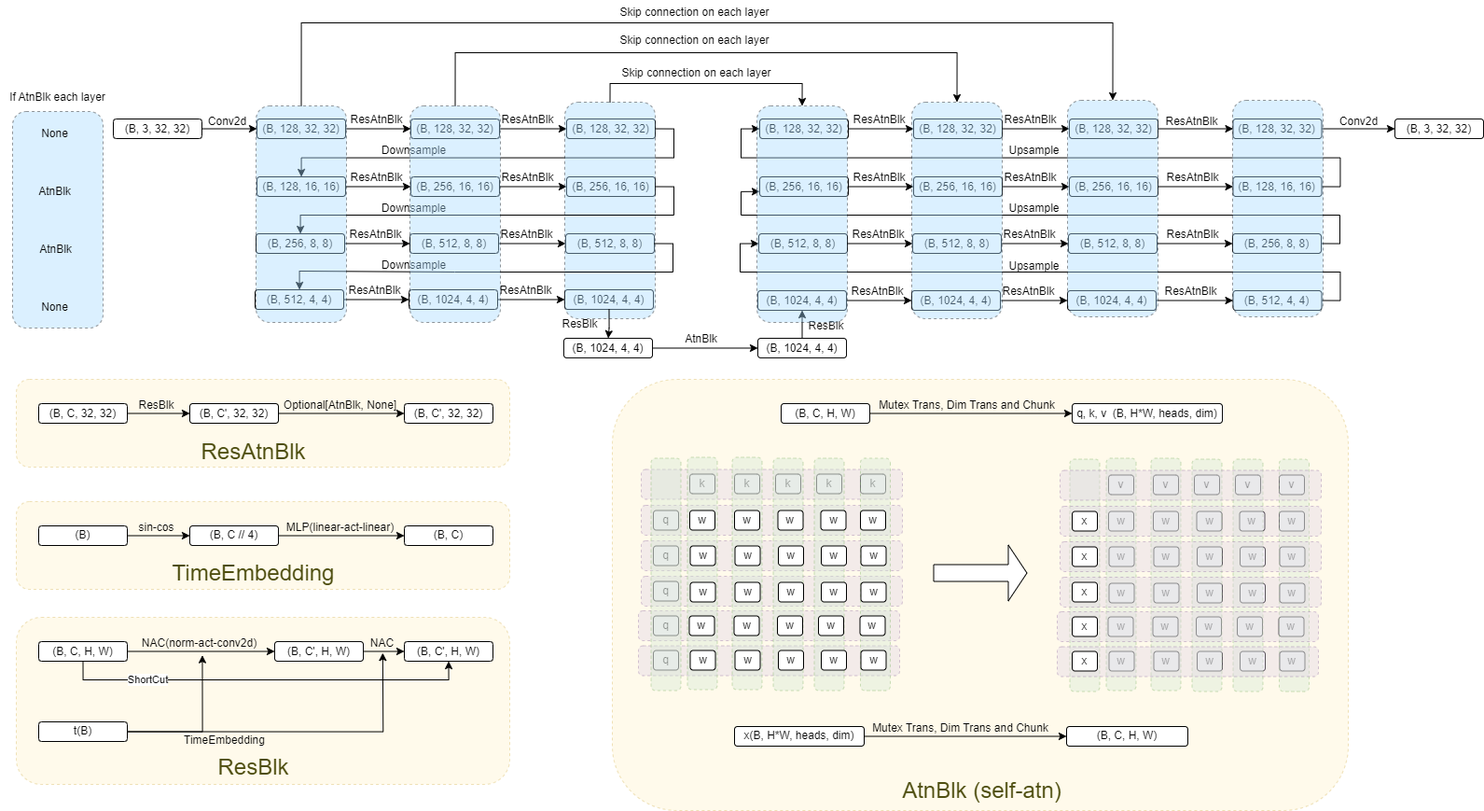
Before: evaluation/eps_model.drawio.png, a diagram exported from draw.io (AprilS6/ddpm_ddim_with_jittor_pytorch). Source tidied: cells renumbered, new cells last; positions are measured from the earlier drawing's top-left corner, leaving out a move shared by most shapes.
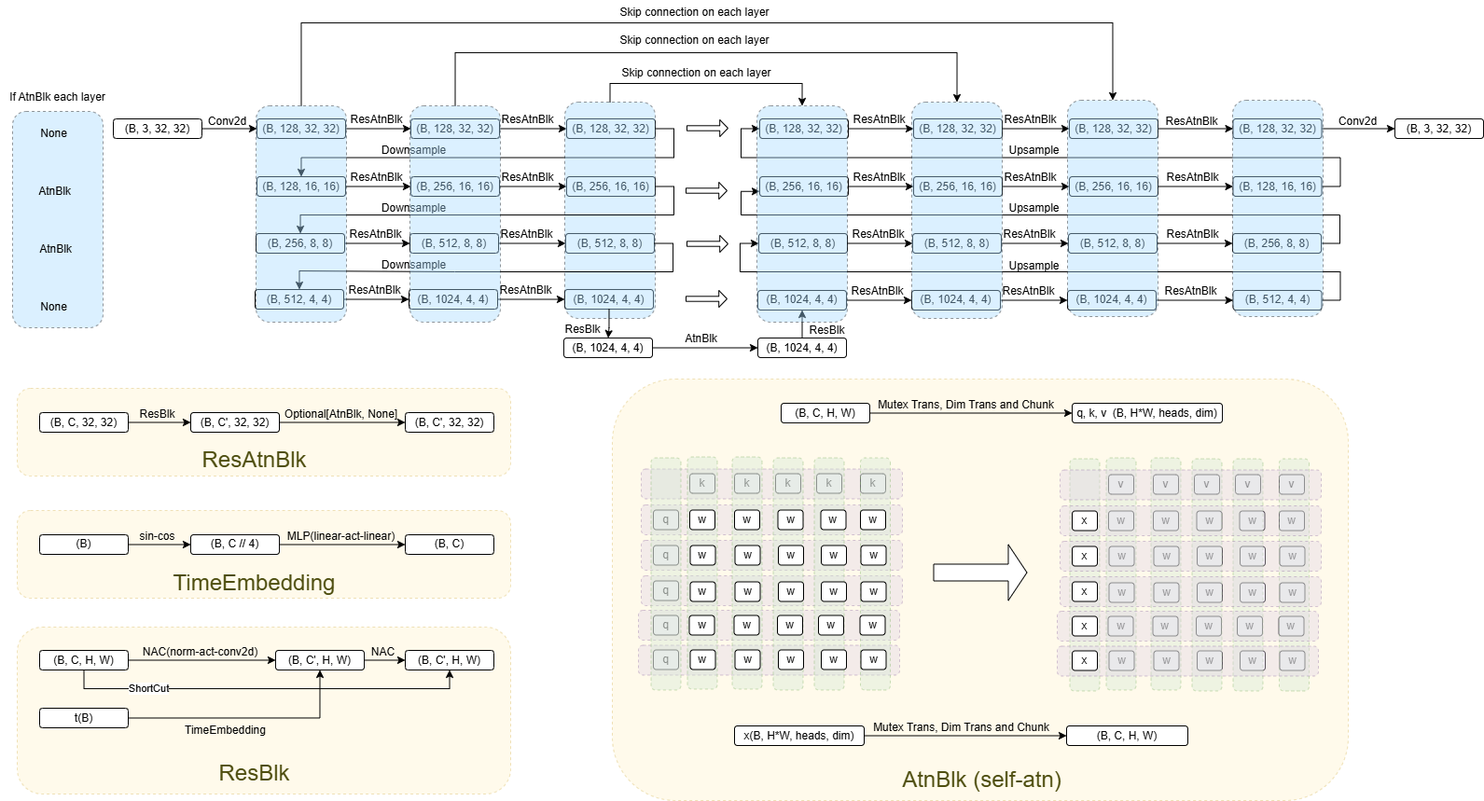
The same file after the commit.

Diff of the diagram source:
```diff
@@ -3,7 +3,7 @@
     <mxCell id="0" />
     <mxCell id="1" parent="0" />
     <mxCell id="2" style="rounded=1;whiteSpace=wrap;html=1;fillColor=#fff2cc;fillStyle=auto;strokeColor=#d6b656;dashed=1;opacity=40;" parent="1" vertex="1">
-      <mxGeometry x="656" y="406" width="789" height="462" as="geometry" />
+      <mxGeometry x="656" y="406" width="789" height="452" as="geometry" />
     </mxCell>
     <mxCell id="3" style="shape=singleArrow;whiteSpace=wrap;html=1;" parent="1" vertex="1">
       <mxGeometry x="1000.5" y="583.5" width="100" height="60" as="geometry" />
@@ -294,7 +294,7 @@
       <mxGeometry relative="1" as="geometry" />
     </mxCell>
     <mxCell id="99" value="ResBlk" style="text;html=1;align=center;verticalAlign=middle;strokeColor=none;fillColor=none;" parent="1" vertex="1">
-      <mxGeometry x="593" y="334" width="56" height="26" as="geometry" />
+      <mxGeometry x="596" y="340" width="56" height="26" as="geometry" />
     </mxCell>
     <mxCell id="100" style="edgeStyle=orthogonalEdgeStyle;rounded=0;jettySize=auto;html=1;exitX=1;exitY=0.5;exitDx=0;exitDy=0;" parent="1" edge="1" source="101" target="103">
       <mxGeometry relative="1" as="geometry" />
@@ -330,7 +330,7 @@
       <mxGeometry x="1072" y="272" width="72" height="26" as="geometry" />
     </mxCell>
     <mxCell id="111" value="ResBlk" style="text;html=1;align=center;verticalAlign=middle;strokeColor=none;fillColor=none;" parent="1" vertex="1">
-      <mxGeometry x="857" y="336" width="56" height="26" as="geometry" />
+      <mxGeometry x="858" y="341" width="56" height="26" as="geometry" />
     </mxCell>
     <mxCell id="112" value="Upsample" style="text;html=1;align=center;verticalAlign=middle;strokeColor=none;fillColor=none;" parent="1" vertex="1">
       <mxGeometry x="1072" y="210" width="72" height="26" as="geometry" />
@@ -427,34 +427,34 @@
       <mxGeometry x="657" y="65" width="178" height="26" as="geometry" />
     </mxCell>
     <mxCell id="140" style="rounded=1;whiteSpace=wrap;html=1;fillColor=#fff2cc;fillStyle=auto;strokeColor=#d6b656;dashed=1;opacity=40;" parent="1" vertex="1">
-      <mxGeometry x="17" y="406" width="529" height="94" as="geometry" />
+      <mxGeometry x="18" y="416" width="529" height="94" as="geometry" />
     </mxCell>
     <mxCell id="141" style="edgeStyle=orthogonalEdgeStyle;rounded=0;jettySize=auto;html=1;exitX=1;exitY=0.5;exitDx=0;exitDy=0;" parent="1" edge="1" source="142" target="144">
       <mxGeometry relative="1" as="geometry" />
     </mxCell>
     <mxCell id="142" value="(B, C, 32, 32)" style="rounded=1;whiteSpace=wrap;html=1;" parent="1" vertex="1">
-      <mxGeometry x="41" y="432" width="95" height="21" as="geometry" />
+      <mxGeometry x="42" y="442" width="95" height="21" as="geometry" />
     </mxCell>
     <mxCell id="143" style="edgeStyle=orthogonalEdgeStyle;rounded=0;jettySize=auto;html=1;exitX=1;exitY=0.5;exitDx=0;exitDy=0;entryX=0;entryY=0.5;entryDx=0;entryDy=0;" parent="1" edge="1" source="144" target="145">
       <mxGeometry relative="1" as="geometry" />
     </mxCell>
     <mxCell id="144" value="(B, C', 32, 32)" style="rounded=1;whiteSpace=wrap;html=1;" parent="1" vertex="1">
-      <mxGeometry x="203" y="432" width="95" height="21" as="geometry" />
+      <mxGeometry x="204" y="442" width="95" height="21" as="geometry" />
     </mxCell>
     <mxCell id="145" value="(B, C', 32, 32)" style="rounded=1;whiteSpace=wrap;html=1;" parent="1" vertex="1">
-      <mxGeometry x="433" y="432" width="95" height="21" as="geometry" />
+      <mxGeometry x="434" y="442" width="95" height="21" as="geometry" />
     </mxCell>
     <mxCell id="146" value="ResBlk" style="text;html=1;align=center;verticalAlign=middle;strokeColor=none;fillColor=none;" parent="1" vertex="1">
-      <mxGeometry x="139" y="421" width="56" height="26" as="geometry" />
+      <mxGeometry x="140" y="431" width="56" height="26" as="geometry" />
     </mxCell>
     <mxCell id="147" value="Optional[AtnBlk, None]" style="text;html=1;align=center;verticalAlign=middle;strokeColor=none;fillColor=none;" parent="1" vertex="1">
-      <mxGeometry x="294" y="421" width="139" height="26" as="geometry" />
+      <mxGeometry x="295" y="431" width="139" height="26" as="geometry" />
     </mxCell>
     <mxCell id="148" value="ResAtnBlk" style="text;html=1;align=center;verticalAlign=middle;strokeColor=none;fillColor=none;fontColor=#4E4E0F;labelBorderColor=none;fontSize=24;" parent="1" vertex="1">
-      <mxGeometry x="206" y="463" width="130" height="41" as="geometry" />
+      <mxGeometry x="207" y="473" width="130" height="41" as="geometry" />
     </mxCell>
     <mxCell id="149" value="AtnBlk (self-atn)" style="text;html=1;align=center;verticalAlign=middle;strokeColor=none;fillColor=none;fontColor=#4E4E0F;labelBorderColor=none;fontSize=24;" parent="1" vertex="1">
-      <mxGeometry x="957.5" y="826" width="189" height="41" as="geometry" />
+      <mxGeometry x="957.5" y="815" width="189" height="41" as="geometry" />
     </mxCell>
     <mxCell id="150" style="group;" parent="1" vertex="1">
       <mxGeometry x="13" y="119" width="97" height="232" as="geometry" />
@@ -478,34 +478,34 @@
       <mxGeometry y="91" width="121" height="26" as="geometry" />
     </mxCell>
     <mxCell id="157" style="rounded=1;whiteSpace=wrap;html=1;fillColor=#fff2cc;fillStyle=auto;strokeColor=#d6b656;dashed=1;opacity=40;" parent="1" vertex="1">
-      <mxGeometry x="17" y="537" width="529" height="94" as="geometry" />
+      <mxGeometry x="18" y="547" width="529" height="94" as="geometry" />
     </mxCell>
     <mxCell id="158" style="edgeStyle=orthogonalEdgeStyle;rounded=0;jettySize=auto;html=1;exitX=1;exitY=0.5;exitDx=0;exitDy=0;" parent="1" edge="1" source="159" target="161">
       <mxGeometry relative="1" as="geometry" />
     </mxCell>
     <mxCell id="159" value="(B)" style="rounded=1;whiteSpace=wrap;html=1;" parent="1" vertex="1">
-      <mxGeometry x="41" y="563" width="95" height="21" as="geometry" />
+      <mxGeometry x="42" y="573" width="95" height="21" as="geometry" />
     </mxCell>
     <mxCell id="160" style="edgeStyle=orthogonalEdgeStyle;rounded=0;jettySize=auto;html=1;exitX=1;exitY=0.5;exitDx=0;exitDy=0;entryX=0;entryY=0.5;entryDx=0;entryDy=0;" parent="1" edge="1" source="161" target="162">
       <mxGeometry relative="1" as="geometry" />
     </mxCell>
     <mxCell id="161" value="(B, C // 4)" style="rounded=1;whiteSpace=wrap;html=1;" parent="1" vertex="1">
-      <mxGeometry x="203" y="563" width="95" height="21" as="geometry" />
+      <mxGeometry x="204" y="573" width="95" height="21" as="geometry" />
     </mxCell>
     <mxCell id="162" value="(B, C)" style="rounded=1;whiteSpace=wrap;html=1;" parent="1" vertex="1">
-      <mxGeometry x="433" y="563" width="95" height="21" as="geometry" />
+      <mxGeometry x="434" y="573" width="95" height="21" as="geometry" />
     </mxCell>
     <mxCell id="163" value="sin-cos" style="text;html=1;align=center;verticalAlign=middle;strokeColor=none;fillColor=none;" parent="1" vertex="1">
-      <mxGeometry x="139" y="552" width="56" height="26" as="geometry" />
+      <mxGeometry x="140" y="562" width="56" height="26" as="geometry" />
     </mxCell>
     <mxCell id="164" value="MLP(linear-act-linear)" style="text;html=1;align=center;verticalAlign=middle;strokeColor=none;fillColor=none;" parent="1" vertex="1">
-      <mxGeometry x="297" y="552" width="133" height="26" as="geometry" />
+      <mxGeometry x="298" y="562" width="133" height="26" as="geometry" />
     </mxCell>
     <mxCell id="165" value="TimeEmbedding" style="text;html=1;align=center;verticalAlign=middle;strokeColor=none;fillColor=none;fontColor=#4E4E0F;labelBorderColor=none;fontSize=24;" parent="1" vertex="1">
-      <mxGeometry x="175" y="594" width="192" height="41" as="geometry" />
+      <mxGeometry x="176" y="604" width="192" height="41" as="geometry" />
     </mxCell>
     <mxCell id="166" style="rounded=1;whiteSpace=wrap;html=1;fillColor=#fff2cc;fillStyle=auto;strokeColor=#d6b656;dashed=1;opacity=40;" parent="1" vertex="1">
-      <mxGeometry x="17" y="661" width="529" height="179" as="geometry" />
+      <mxGeometry x="18" y="672" width="529" height="179" as="geometry" />
     </mxCell>
     <mxCell id="167" style="edgeStyle=orthogonalEdgeStyle;rounded=0;jettySize=auto;html=1;exitX=1;exitY=0.5;exitDx=0;exitDy=0;" parent="1" edge="1" source="170" target="172">
       <mxGeometry relative="1" as="geometry" />
@@ -517,39 +517,34 @@
       <mxGeometry x="-0.59" y="1" relative="1" as="geometry" />
     </mxCell>
     <mxCell id="170" value="(B, C, H, W)" style="rounded=1;whiteSpace=wrap;html=1;" parent="1" vertex="1">
-      <mxGeometry x="41" y="687" width="95" height="21" as="geometry" />
+      <mxGeometry x="42" y="697" width="95" height="21" as="geometry" />
     </mxCell>
     <mxCell id="171" style="edgeStyle=orthogonalEdgeStyle;rounded=0;jettySize=auto;html=1;exitX=1;exitY=0.5;exitDx=0;exitDy=0;entryX=0;entryY=0.5;entryDx=0;entryDy=0;" parent="1" edge="1" source="172" target="173">
       <mxGeometry relative="1" as="geometry" />
     </mxCell>
     <mxCell id="172" value="(B, C', H, W)" style="rounded=1;whiteSpace=wrap;html=1;" parent="1" vertex="1">
-      <mxGeometry x="294" y="687" width="95" height="21" as="geometry" />
+      <mxGeometry x="295" y="697" width="95" height="21" as="geometry" />
     </mxCell>
     <mxCell id="173" value="(B, C', H, W)" style="rounded=1;whiteSpace=wrap;html=1;" parent="1" vertex="1">
-      <mxGeometry x="433" y="687" width="95" height="21" as="geometry" />
+      <mxGeometry x="434" y="697" width="95" height="21" as="geometry" />
     </mxCell>
     <mxCell id="174" value="NAC(norm-act-conv2d)" style="text;html=1;align=center;verticalAlign=middle;points=[];strokeColor=none;fillColor=none;" parent="1" vertex="1">
-      <mxGeometry x="143" y="676" width="141" height="26" as="geometry" />
+      <mxGeometry x="144" y="686" width="141" height="26" as="geometry" />
     </mxCell>
     <mxCell id="175" value="ResBlk" style="text;html=1;align=center;verticalAlign=middle;strokeColor=none;fillColor=none;fontColor=#4E4E0F;labelBorderColor=none;fontSize=24;" parent="1" vertex="1">
-      <mxGeometry x="224" y="801" width="94" height="41" as="geometry" />
+      <mxGeometry x="225" y="808" width="94" height="41" as="geometry" />
     </mxCell>
-    <mxCell id="176" style="edgeStyle=orthogonalEdgeStyle;rounded=0;jettySize=auto;html=1;exitX=1;exitY=0.5;exitDx=0;exitDy=0;" parent="1" edge="1" source="177">
-      <mxGeometry relative="1" as="geometry">
-        <mxPoint x="409.8" y="699.2" as="targetPoint" />
-      </mxGeometry>
-    </mxCell>
+    <mxCell id="258" style="edgeStyle=orthogonalEdgeStyle;rounded=0;jettySize=auto;html=1;exitX=1;exitY=0.5;exitDx=0;exitDy=0;entryX=0.5;entryY=1;entryDx=0;entryDy=0;" parent="1" edge="1" source="177" target="172">
+      <mxGeometry relative="1" as="geometry" />
+    </mxCell>
     <mxCell id="177" value="t(B)" style="rounded=1;whiteSpace=wrap;html=1;" parent="1" vertex="1">
-      <mxGeometry x="41" y="773" width="95" height="21" as="geometry" />
+      <mxGeometry x="42" y="759" width="95" height="21" as="geometry" />
     </mxCell>
-    <mxCell id="178" style="edgeStyle=orthogonalEdgeStyle;rounded=0;jettySize=auto;html=1;exitX=1;exitY=0.5;exitDx=0;exitDy=0;entryX=0.521;entryY=0.987;entryDx=0;entryDy=0;entryPerimeter=0;" parent="1" edge="1" source="177" target="174">
-      <mxGeometry relative="1" as="geometry" />
-    </mxCell>
     <mxCell id="179" value="TimeEmbedding" style="text;html=1;align=center;verticalAlign=middle;strokeColor=none;fillColor=none;" parent="1" vertex="1">
-      <mxGeometry x="187" y="780" width="105" height="26" as="geometry" />
+      <mxGeometry x="188" y="770" width="105" height="26" as="geometry" />
     </mxCell>
     <mxCell id="180" value="NAC" style="text;html=1;align=center;verticalAlign=middle;strokeColor=none;fillColor=none;" parent="1" vertex="1">
-      <mxGeometry x="387" y="676" width="43" height="26" as="geometry" />
+      <mxGeometry x="388" y="686" width="43" height="26" as="geometry" />
     </mxCell>
     <mxCell id="181" style="edgeStyle=orthogonalEdgeStyle;rounded=0;jettySize=auto;html=1;exitX=1;exitY=0.5;exitDx=0;exitDy=0;" parent="1" edge="1" source="182" target="183">
       <mxGeometry relative="1" as="geometry" />
@@ -782,5 +777,17 @@
     <mxCell id="257" value="Mutex Trans, Dim Trans and Chunk" style="text;html=1;align=center;verticalAlign=middle;strokeColor=none;fillColor=none;" parent="1" vertex="1">
       <mxGeometry x="926" y="767" width="207" height="26" as="geometry" />
     </mxCell>
+    <mxCell id="259" style="shape=singleArrow;whiteSpace=wrap;html=1;" parent="1" vertex="1">
+      <mxGeometry x="736" y="128" width="44" height="18" as="geometry" />
+    </mxCell>
+    <mxCell id="260" style="shape=singleArrow;whiteSpace=wrap;html=1;" parent="1" vertex="1">
+      <mxGeometry x="735" y="195" width="44" height="18" as="geometry" />
+    </mxCell>
+    <mxCell id="261" style="shape=singleArrow;whiteSpace=wrap;html=1;" parent="1" vertex="1">
+      <mxGeometry x="736" y="252" width="44" height="18" as="geometry" />
+    </mxCell>
+    <mxCell id="262" style="shape=singleArrow;whiteSpace=wrap;html=1;" parent="1" vertex="1">
+      <mxGeometry x="735" y="311" width="44" height="18" as="geometry" />
+    </mxCell>
   </root>
 </mxGraphModel>
```
